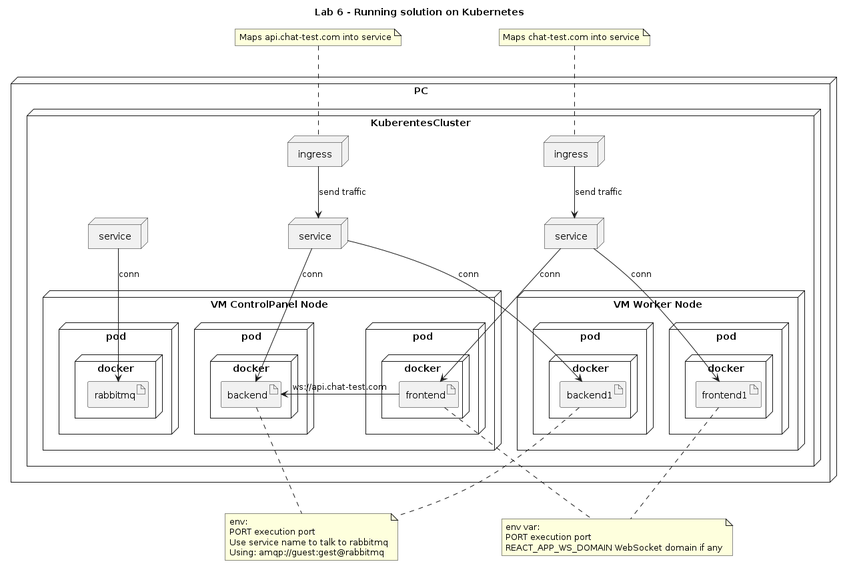
Before: lab-8/lab-images/diagram-lab-1.png, a diagram exported from PlantUML (eftech93/chat-test-lab).
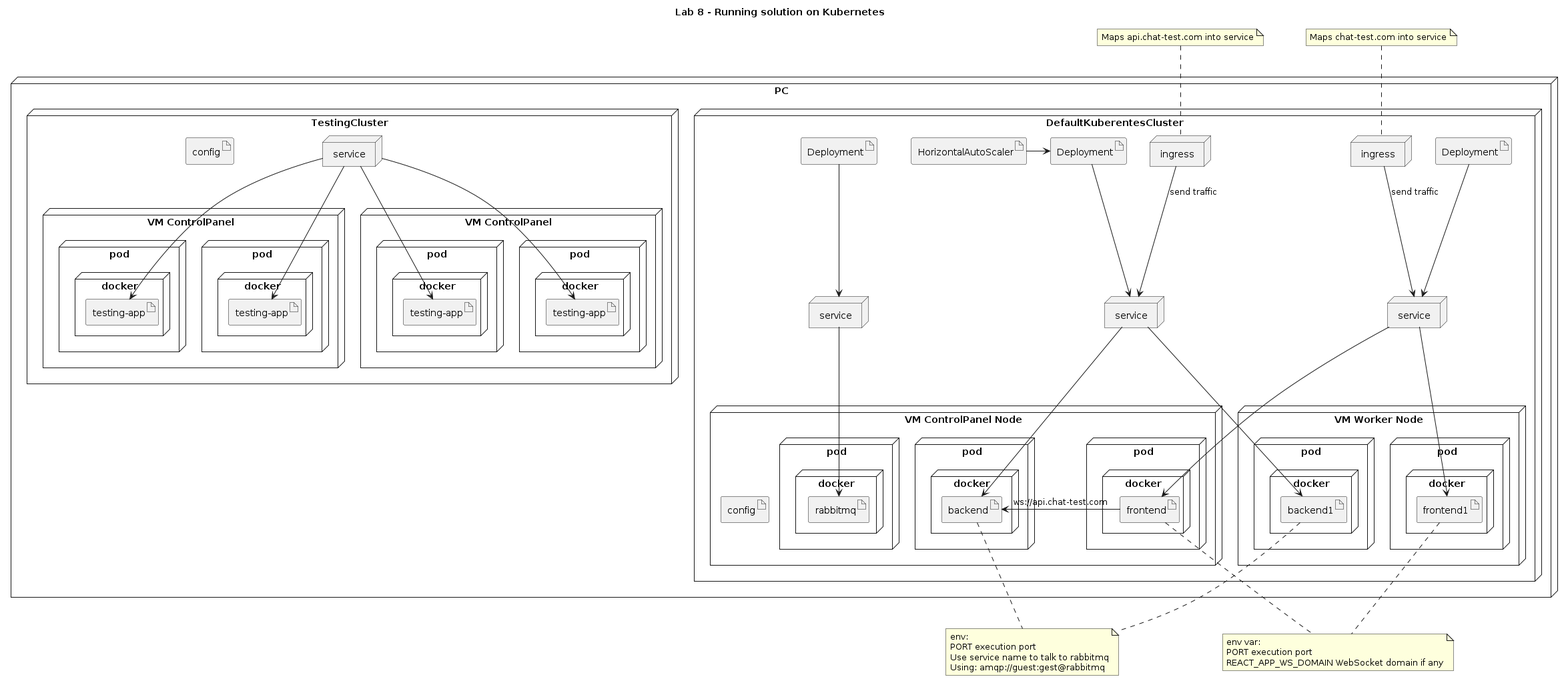
Above is the later version.

What changed in the source:
```diff
@@ -1,26 +1,36 @@
 @startuml
-title "Lab 6 - Running solution on Kubernetes"
+title "Lab 8 - Running solution on Kubernetes"
 node PC {
 
-    node KuberentesCluster{
+    node DefaultKuberentesCluster{
 
-        node ingress as IngressFrontend{
+        node ingress as IngressFrontend {
         }
 
         node ingress as IngressBackend{
         }
 
+        artifact HorizontalAutoScaler as HASBackend
+
+        artifact Deployment as DeploymentBackend
+
         node service as ServiceFrontend{
         }
 
+        artifact Deployment as DeploymentFrontend
+
         node service as ServiceBackend{
         }
+
+        artifact Deployment as DeploymentBroker
 
         node service as ServiceBroker{
         }
 
         node "VM ControlPanel Node"  as MinikubeNode{
-            node pod as BackendPod{
+            artifact config as ConfigApp
+
+            node pod as BackendPod {
                 node docker as BackendDocker{
                     artifact backend
                 }
@@ -49,18 +59,55 @@
             }
         }
     }
+
+    node TestingCluster {
+        node service as ServiceTest
+        artifact config as ConfigTestApp
+        node "VM ControlPanel" as TestingProfile1{
+            node pod as TestingPod1{
+                node docker as TestingDocker1{
+                    artifact "testing-app" as testingapp1
+                }
+            }
+            node pod as TestingPod2{
+                node docker as TestingDocker2{
+                    artifact "testing-app" as testingapp2
+                }
+            }
+        }
+
+
+        node "VM ControlPanel" as TestingProfile2{
+            node pod as TestingPod3{
+                node docker as TestingDocker3{
+                    artifact "testing-app" as testingapp3
+                }
+            }
+            node pod as TestingPod4{
+                node docker as TestingDocker4{
+                    artifact "testing-app" as testingapp4
+                }
+            }
+        }
+    }
 }
 
 IngressFrontend --> ServiceFrontend: send traffic
 IngressBackend --> ServiceBackend: send traffic
 
-ServiceBackend --> backend: conn
-ServiceBackend --> backend1: conn
+HASBackend -> DeploymentBackend
+DeploymentBackend --> ServiceBackend
 
-ServiceFrontend --> frontend:  conn
-ServiceFrontend --> frontend1:  conn
+ServiceBackend --> backend
+ServiceBackend --> backend1
 
-ServiceBroker --> rabbitmq: conn
+DeploymentFrontend --> ServiceFrontend
+
+ServiceFrontend --> frontend
+ServiceFrontend --> frontend1
+
+DeploymentBroker --> ServiceBroker
+ServiceBroker --> rabbitmq
 
 frontend -> backend: ws://api.chat-test.com
 
@@ -83,4 +130,9 @@
 frontend .. frontend_note
 frontend1 .. frontend_note
 
+ServiceTest --> testingapp1
+ServiceTest --> testingapp2
+ServiceTest --> testingapp3
+ServiceTest --> testingapp4
+
 @enduml
```
